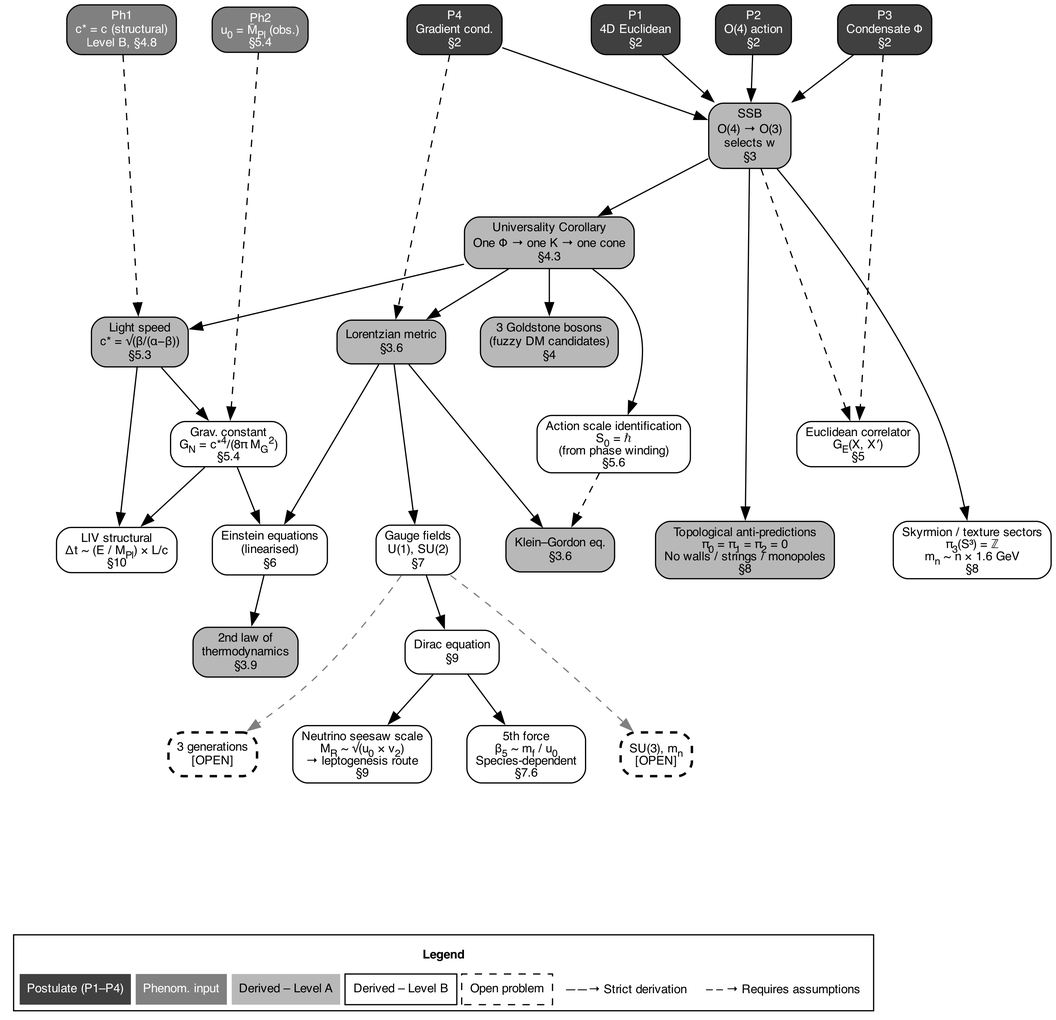
chufelo/ECT-preprint-code keeps this Graphviz diagram as figures/fig_partI_derivation_logic.png. Above is the earlier version. Its source is kept beside it as fig_partI_derivation_logic.gv.
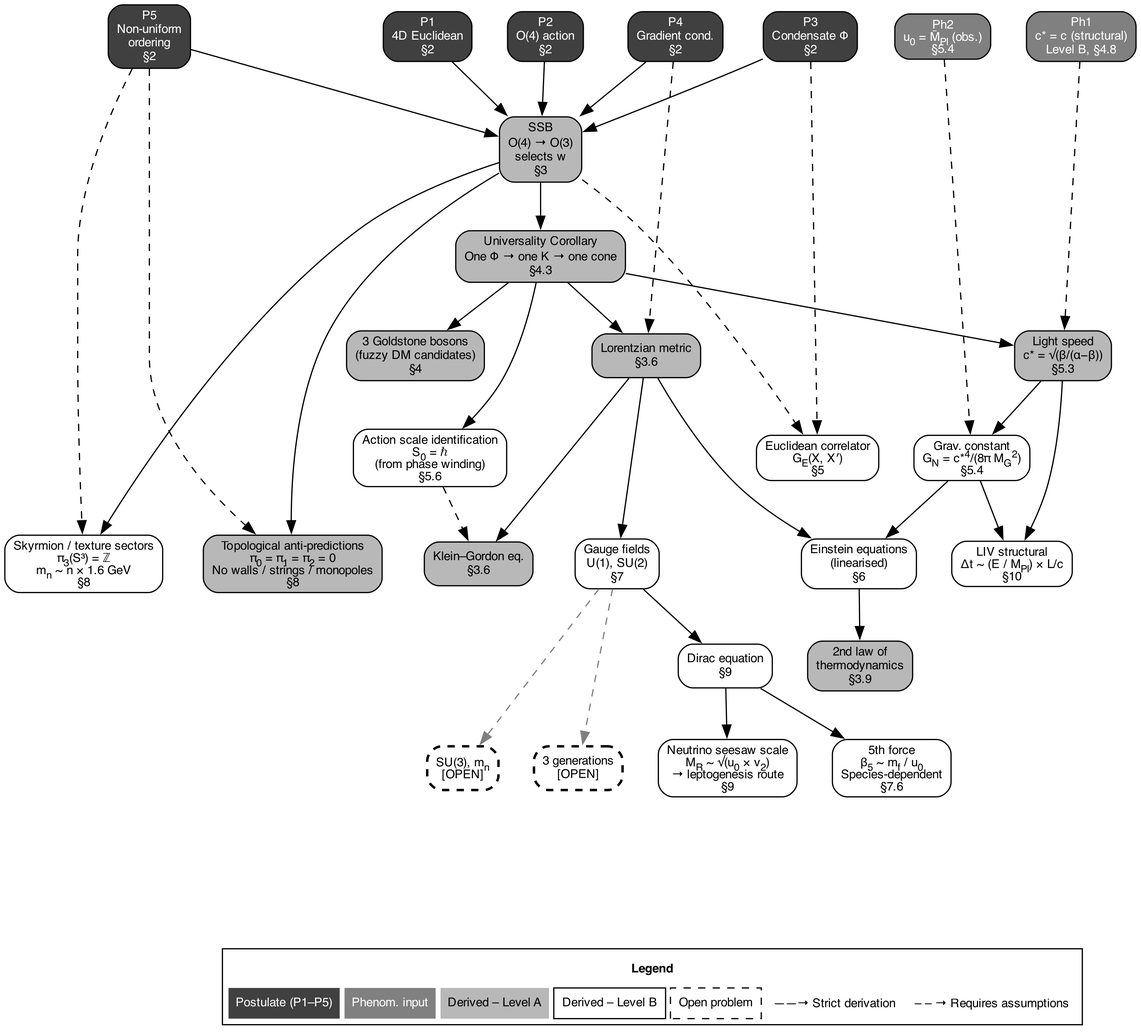
After the change.

Commit message:
Part I figure: add missing P5 (Non-uniform ordering, §2)

P5 was missing from the graph. Added:
- P5 node (same dark postulate style as P1-P4)
- P5 → SSB (solid, like other postulates)
- P5 → topo_anti (dashed: non-uniform ordering admits topological configs)
- P5 → skyrmion (dashed: same reason)
- Legend updated: P1-P4 → P1-P5

Change to the diagram source:
```diff
@@ -14,6 +14,7 @@
   P2 [label=<P2<BR/>O(4) action<BR/>§2>];
   P3 [label=<P3<BR/>Condensate Φ<BR/>§2>];
   P4 [label=<P4<BR/>Gradient cond.<BR/>§2>];
+  P5 [label=<P5<BR/>Non-uniform<BR/>ordering<BR/>§2>];
 
   node [fillcolor="#808080", fontcolor=white];
   Ph2 [label=<Ph2<BR/>u<SUB>0</SUB> = M̄<SUB>Pl</SUB> (obs.)<BR/>§5.4>];
@@ -45,7 +46,7 @@
   SU3 [label=<SU(3), m<SUB>n</SUB><BR/>[OPEN]>];
   threegen [label=<3 generations<BR/>[OPEN]>];
 
-  {rank=same; P1; P2; P3; P4; Ph1; Ph2}
+  {rank=same; P1; P2; P3; P4; P5; Ph1; Ph2}
   {rank=same; lorentz; goldstone; cstar}
   {rank=same; S0; GE; GN}
   {rank=same; gauge; KG; einstein}
@@ -53,12 +54,14 @@
   {rank=same; SU3; fifth; threegen; seesaw}
   {rank=same; topo_anti; skyrmion; LIV}
 
-  P1 -> SSB; P2 -> SSB; P3 -> SSB; P4 -> SSB;
+  P1 -> SSB; P2 -> SSB; P3 -> SSB; P4 -> SSB; P5 -> SSB;
   SSB -> UC;
   UC -> lorentz; UC -> goldstone; UC -> cstar; UC -> S0;
   lorentz -> KG; lorentz -> gauge; lorentz -> einstein;
   cstar -> GN; GN -> einstein;
   SSB -> topo_anti; SSB -> skyrmion;
+  P5 -> topo_anti [style=dashed];
+  P5 -> skyrmion [style=dashed];
   gauge -> dirac;
   dirac -> fifth; dirac -> seesaw;
   einstein -> second_law;
@@ -91,7 +94,7 @@
         <TD COLSPAN="7"><B>Legend</B></TD>
       </TR>
       <TR>
-        <TD BGCOLOR="#404040"><FONT COLOR="white">Postulate (P1–P4)</FONT></TD>
+        <TD BGCOLOR="#404040"><FONT COLOR="white">Postulate (P1–P5)</FONT></TD>
         <TD BGCOLOR="#808080"><FONT COLOR="white">Phenom. input</FONT></TD>
         <TD BGCOLOR="#b8b8b8">Derived – Level A</TD>
         <TD BGCOLOR="#ffffff" BORDER="1">Derived – Level B</TD>
```
